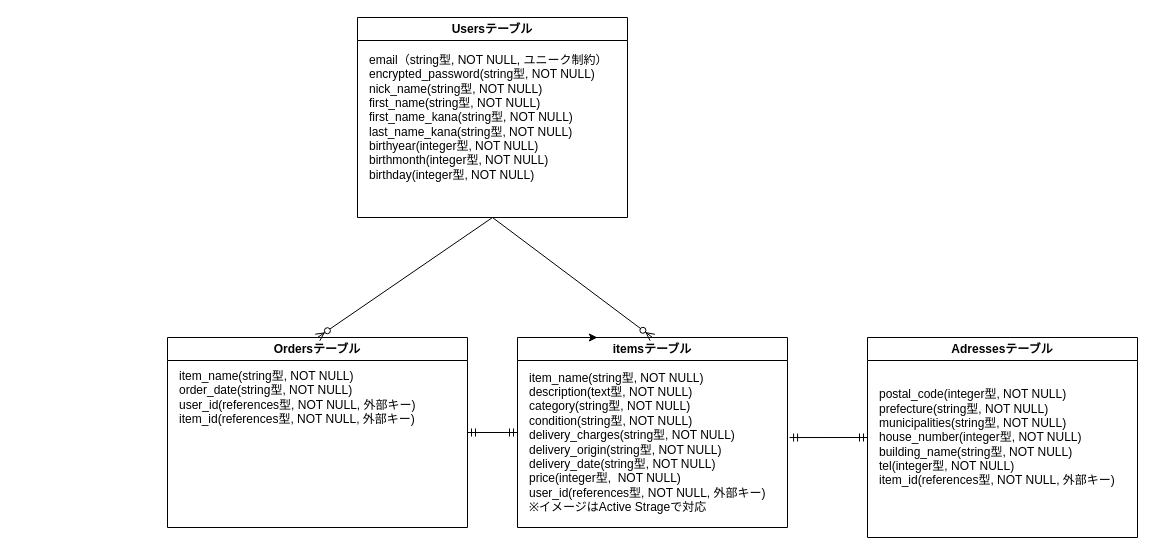
Earlier version of the draw.io diagram ER.dio (takushiz/furima-39143). Source tidied: cells renumbered, new cells numbered last; positions are measured from the earlier drawing's top-left corner, leaving out a move shared by most shapes. Both pictures are drawn from the tidied source at 100%, with x=0, y=0 at pixel (167, 17).
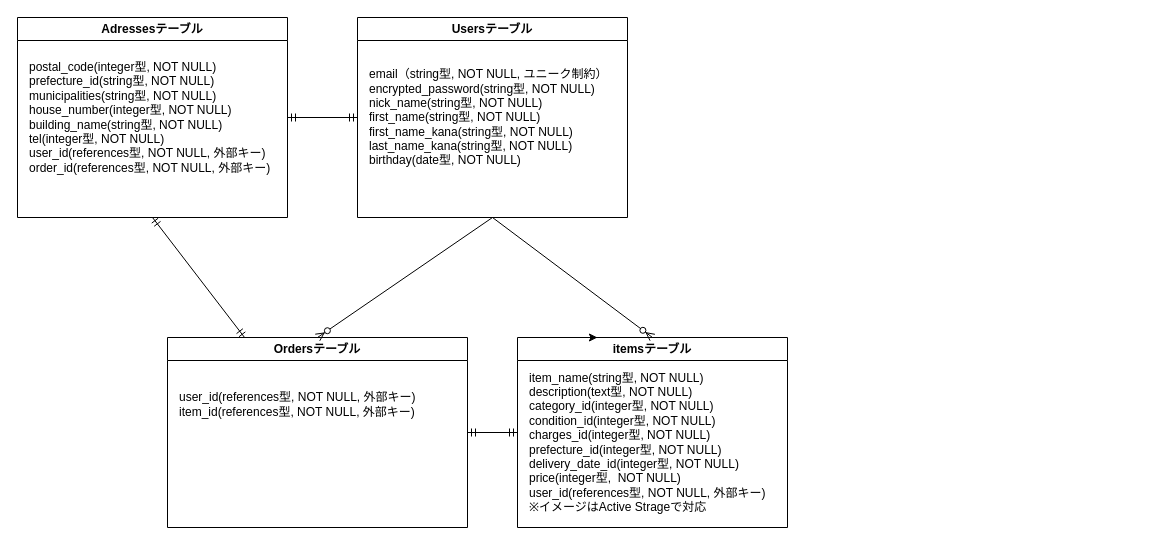
After the change.

Commit message (it also covers changes not shown here):
データベース設計リテイク2

What changed in the source:
```diff
@@
 <mxGraphModel>
   <root>
     <mxCell id="0" />
     <mxCell id="1" parent="0" />
     <mxCell id="2" value="Usersテーブル" style="swimlane;whiteSpace=wrap;html=1;" parent="1" vertex="1">
       <mxGeometry x="190" width="270" height="200" as="geometry" />
     </mxCell>
-    <mxCell id="3" value="email（string型, NOT NULL, ユニーク制約）&lt;br&gt;encrypted_password(string型, NOT NULL)&lt;br&gt;nick_name(string型, NOT NULL)&lt;br&gt;first_name(string型, NOT NULL)&lt;br&gt;first_name_kana(string型, NOT NULL)&lt;br&gt;last_name_kana(string型, NOT NULL)&lt;br&gt;birthyear(integer型, NOT NULL)&lt;br&gt;birthmonth(integer型, NOT NULL)&lt;br&gt;birthday(integer型, NOT NULL)" style="text;html=1;align=left;verticalAlign=middle;strokeColor=none;fillColor=none;" parent="2" vertex="1">
-      <mxGeometry x="10" y="30" width="260" height="140" as="geometry" />
+    <mxCell id="3" value="email（string型, NOT NULL, ユニーク制約）&lt;br&gt;encrypted_password(string型, NOT NULL)&lt;br&gt;nick_name(string型, NOT NULL)&lt;br&gt;first_name(string型, NOT NULL)&lt;br&gt;first_name_kana(string型, NOT NULL)&lt;br&gt;last_name_kana(string型, NOT NULL)&lt;br&gt;birthday(date型, NOT NULL)" style="text;html=1;align=left;verticalAlign=middle;strokeColor=none;fillColor=none;" parent="2" vertex="1">
+      <mxGeometry x="10" y="45" width="260" height="110" as="geometry" />
     </mxCell>
     <mxCell id="4" value="itemsテーブル" style="swimlane;whiteSpace=wrap;html=1;" parent="1" vertex="1">
       <mxGeometry x="350" y="320" width="270" height="190" as="geometry" />
     </mxCell>
-    <mxCell id="5" value="item_name(string型, NOT NULL)&lt;br&gt;description(text型, NOT NULL)&lt;br&gt;category(string型, NOT NULL)&lt;br&gt;condition(string型, NOT NULL)&lt;br&gt;delivery_charges(string型, NOT NULL)&lt;br&gt;delivery_origin(string型, NOT NULL)&lt;br&gt;delivery_date(string型, NOT NULL)&lt;br&gt;price(integer型,&amp;nbsp; NOT NULL)&lt;br&gt;user_id(references型, NOT NULL, 外部キー)&lt;br&gt;※イメージはActive Strageで対応" style="text;html=1;align=left;verticalAlign=middle;points=[];strokeColor=none;fillColor=none;" parent="4" vertex="1">
+    <mxCell id="5" value="item_name(string型, NOT NULL)&lt;br&gt;description(text型, NOT NULL)&lt;br&gt;category_id(integer型, NOT NULL)&lt;br&gt;condition_id(integer型, NOT NULL)&lt;br&gt;charges_id(integer型, NOT NULL)&lt;br&gt;prefecture_id(integer型, NOT NULL)&lt;br&gt;delivery_date_id(integer型, NOT NULL)&lt;br&gt;price(integer型,&amp;nbsp; NOT NULL)&lt;br&gt;user_id(references型, NOT NULL, 外部キー)&lt;br&gt;※イメージはActive Strageで対応" style="text;html=1;align=left;verticalAlign=middle;points=[];strokeColor=none;fillColor=none;" parent="4" vertex="1">
       <mxGeometry x="10" y="25" width="260" height="160" as="geometry" />
     </mxCell>
     <mxCell id="6" value="Adressesテーブル" style="swimlane;whiteSpace=wrap;html=1;" parent="1" vertex="1">
-      <mxGeometry x="700" y="320" width="270" height="200" as="geometry" />
+      <mxGeometry x="-150" width="270" height="200" as="geometry" />
     </mxCell>
-    <mxCell id="7" value="postal_code(integer型, NOT NULL)&lt;br&gt;prefecture(string型, NOT NULL)&lt;br&gt;municipalities(string型, NOT NULL)&lt;br&gt;house_number(integer型, NOT NULL)&lt;br&gt;building_name(string型, NOT NULL)&lt;br&gt;tel(integer型, NOT NULL)&lt;br&gt;item_id(references型, NOT NULL, 外部キー)" style="text;html=1;align=left;verticalAlign=middle;strokeColor=none;fillColor=none;" parent="6" vertex="1">
-      <mxGeometry x="10" y="45" width="260" height="110" as="geometry" />
+    <mxCell id="7" value="postal_code(integer型, NOT NULL)&lt;br&gt;prefecture_id(string型, NOT NULL)&lt;br&gt;municipalities(string型, NOT NULL)&lt;br&gt;house_number(integer型, NOT NULL)&lt;br&gt;building_name(string型, NOT NULL)&lt;br&gt;tel(integer型, NOT NULL)&lt;br&gt;user_id(references型, NOT NULL, 外部キー)&lt;br&gt;order_id(references型, NOT NULL, 外部キー)" style="text;html=1;align=left;verticalAlign=middle;strokeColor=none;fillColor=none;" parent="6" vertex="1">
+      <mxGeometry x="10" y="35" width="260" height="130" as="geometry" />
     </mxCell>
     <mxCell id="8" style="edgeStyle=none;html=1;exitX=0.25;exitY=0;exitDx=0;exitDy=0;entryX=0.296;entryY=0;entryDx=0;entryDy=0;entryPerimeter=0;" parent="1" edge="1" source="4" target="4">
       <mxGeometry relative="1" as="geometry" />
     </mxCell>
     <mxCell id="9" style="fontSize=12;html=1;endArrow=ERzeroToMany;endFill=1;exitX=0.5;exitY=1;exitDx=0;exitDy=0;entryX=0.5;entryY=0;entryDx=0;entryDy=0;" parent="1" edge="1" source="2" target="4">
       <mxGeometry relative="1" as="geometry" />
     </mxCell>
-    <mxCell id="10" style="fontSize=12;html=1;endArrow=ERmandOne;startArrow=ERmandOne;entryX=1.008;entryY=0.469;entryDx=0;entryDy=0;exitX=0;exitY=0.5;exitDx=0;exitDy=0;entryPerimeter=0;" parent="1" edge="1" source="6" target="5">
-      <mxGeometry relative="1" as="geometry" />
-    </mxCell>
     <mxCell id="11" value="Ordersテーブル" style="swimlane;whiteSpace=wrap;html=1;" parent="1" vertex="1">
       <mxGeometry y="320" width="300" height="190" as="geometry" />
     </mxCell>
-    <mxCell id="12" value="item_name(string型, NOT NULL)&lt;br&gt;order_date(string型, NOT NULL)&lt;br&gt;user_id(references型, NOT NULL, 外部キー)&lt;br&gt;item_id(references型, NOT NULL, 外部キー)" style="text;html=1;align=left;verticalAlign=middle;strokeColor=none;fillColor=none;" parent="11" vertex="1">
-      <mxGeometry x="10" y="25" width="260" height="70" as="geometry" />
+    <mxCell id="12" value="&lt;br&gt;user_id(references型, NOT NULL, 外部キー)&lt;br&gt;item_id(references型, NOT NULL, 外部キー)" style="text;html=1;align=left;verticalAlign=middle;strokeColor=none;fillColor=none;" parent="11" vertex="1">
+      <mxGeometry x="10" y="30" width="260" height="60" as="geometry" />
     </mxCell>
     <mxCell id="13" style="fontSize=12;html=1;endArrow=ERmandOne;startArrow=ERmandOne;entryX=1;entryY=0.5;entryDx=0;entryDy=0;exitX=0;exitY=0.5;exitDx=0;exitDy=0;" parent="1" edge="1" source="4" target="11">
       <mxGeometry relative="1" as="geometry" />
     </mxCell>
     <mxCell id="14" style="fontSize=12;html=1;endArrow=ERzeroToMany;endFill=1;exitX=0.5;exitY=1;exitDx=0;exitDy=0;entryX=0.5;entryY=0;entryDx=0;entryDy=0;" parent="1" edge="1" source="2" target="11">
       <mxGeometry relative="1" as="geometry" />
     </mxCell>
+    <mxCell id="15" style="fontSize=12;html=1;endArrow=ERmandOne;startArrow=ERmandOne;exitX=0;exitY=0.5;exitDx=0;exitDy=0;" parent="1" edge="1" source="2">
+      <mxGeometry relative="1" as="geometry">
+        <mxPoint x="120" y="100" as="targetPoint" />
+      </mxGeometry>
+    </mxCell>
+    <mxCell id="16" style="fontSize=12;html=1;endArrow=ERmandOne;startArrow=ERmandOne;entryX=0.5;entryY=1;entryDx=0;entryDy=0;" parent="1" edge="1" source="11" target="6">
+      <mxGeometry relative="1" as="geometry" />
+    </mxCell>
   </root>
 </mxGraphModel>
```
